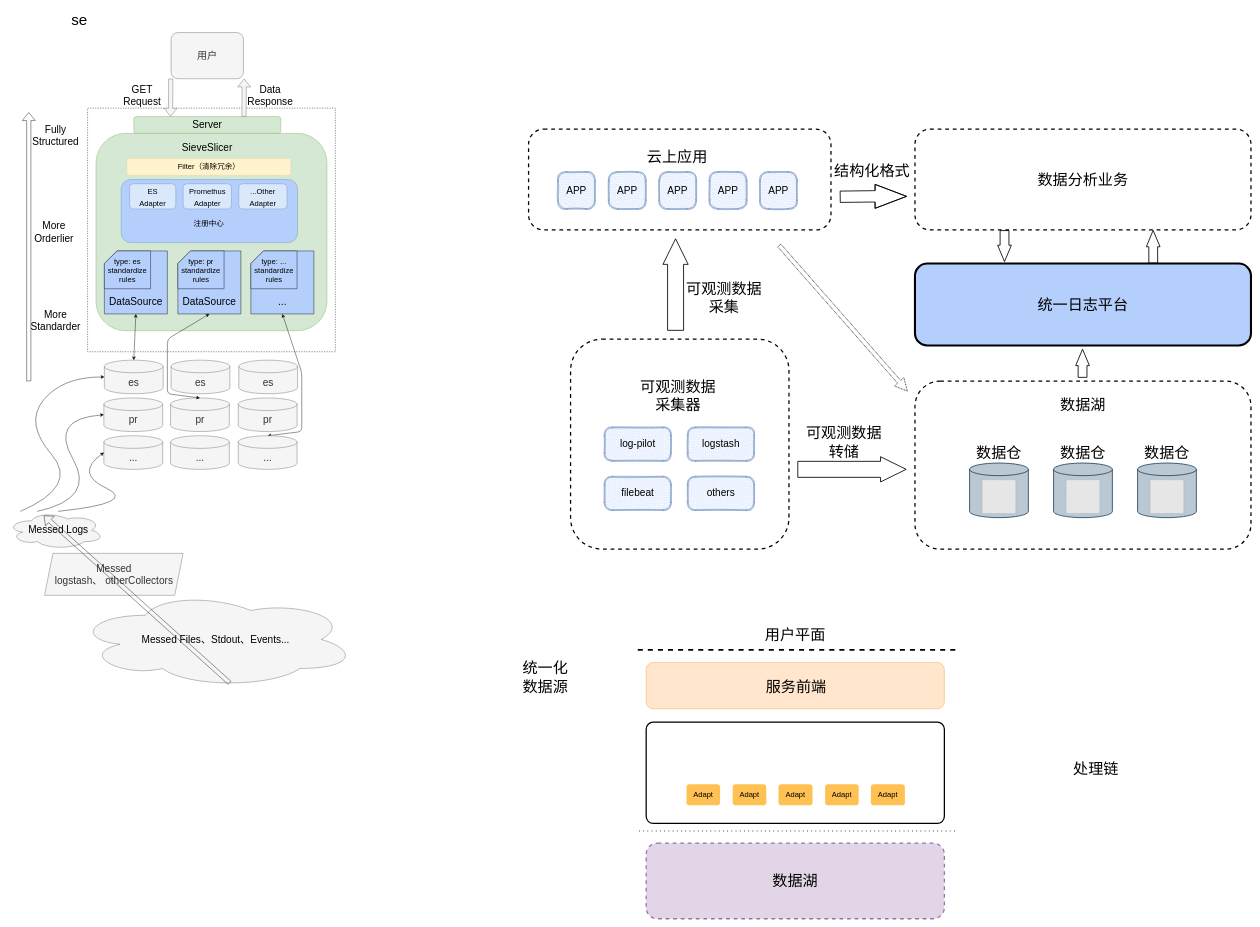
Above: 统一数据源-架构设计-全局、平台.drawio in SevDaisy/draw-io-lib (draw.io), before the change. Source tidied: cells renumbered, new cells numbered last; positions are measured from the earlier drawing's top-left corner, leaving out a move shared by most shapes. Both pictures are drawn from the tidied source at 42%, with x=0, y=0 at pixel (7, 7). Pictures stored in the file or linked from it are replaced by grey dashed boxes.
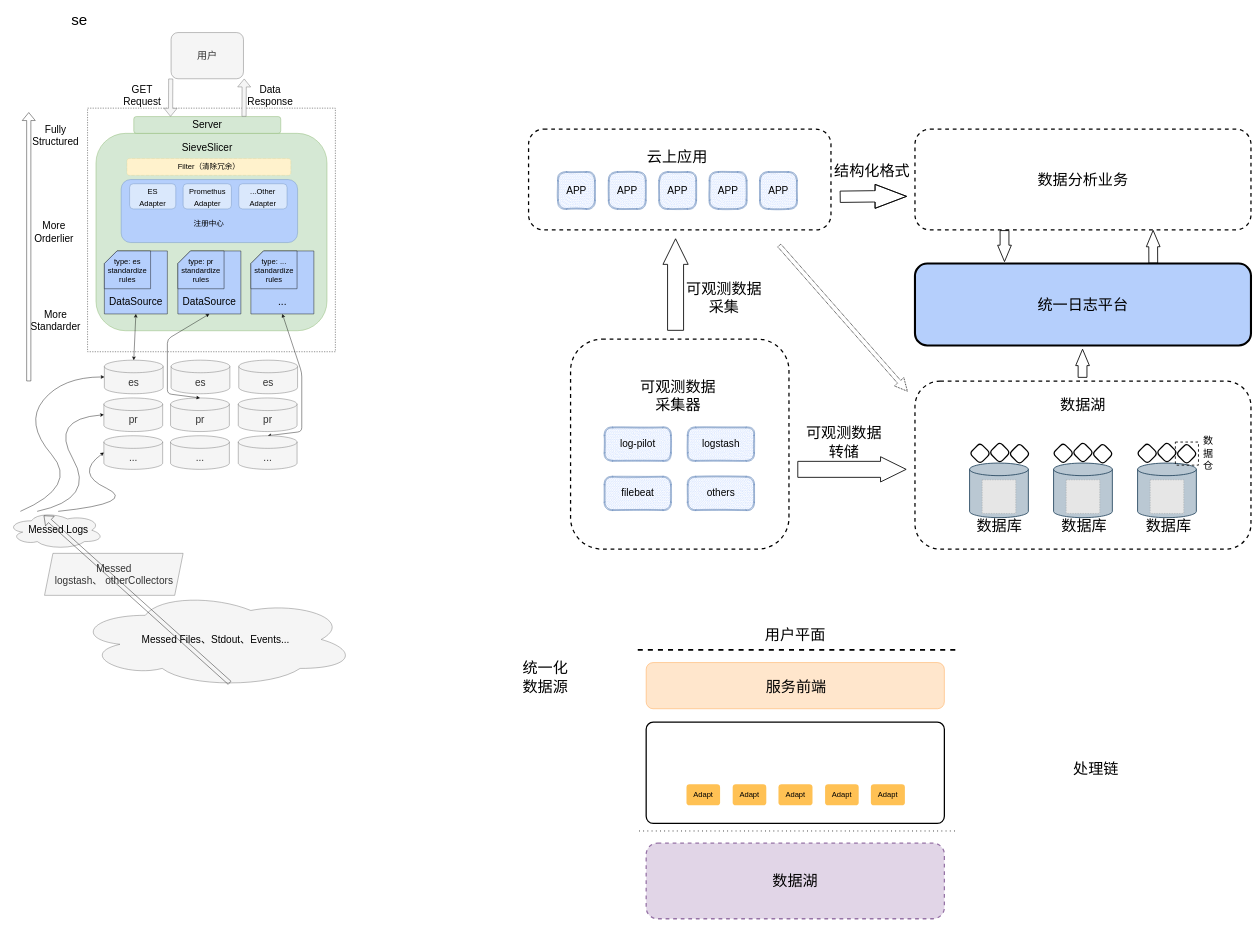
After the change.

Commit message:
更新统一数据源-架构设计-全局、平台.drawio

The change refers to these unchanged cells:
```xml
<mxCell id="78" style="group;" parent="1" vertex="1">
  <mxGeometry x="2161" y="890" width="800" height="400" as="geometry" />
</mxCell>
```

What changed in the source:
```diff
@@
-    <mxCell id="81" style="group;" parent="78" vertex="1">
-      <mxGeometry x="120" y="160" width="160" height="165" as="geometry" />
-    </mxCell>
-    <mxCell id="82" value="数据仓" style="text;html=1;strokeColor=none;fillColor=none;align=center;verticalAlign=middle;whiteSpace=wrap;rounded=0;dashed=1;strokeWidth=3;fontFamily=Helvetica;fontSize=36;fontColor=default;" parent="81" vertex="1">
-      <mxGeometry width="160" height="20" as="geometry" />
+    <mxCell id="82" value="数据库" style="text;html=1;strokeColor=none;fillColor=none;align=center;verticalAlign=middle;whiteSpace=wrap;rounded=0;dashed=1;strokeWidth=3;fontFamily=Helvetica;fontSize=36;fontColor=default;" parent="78" vertex="1">
+      <mxGeometry x="121" y="335" width="160" height="20" as="geometry" />
     </mxCell>
-    <mxCell id="83" style="shape=cylinder3;whiteSpace=wrap;html=1;boundedLbl=1;backgroundOutline=1;size=15;rounded=1;strokeColor=#23445d;strokeWidth=2;fontFamily=Helvetica;fontSize=36;fillColor=#bac8d3;" parent="81" vertex="1">
-      <mxGeometry x="10" y="35" width="140" height="130" as="geometry" />
+    <mxCell id="83" style="shape=cylinder3;whiteSpace=wrap;html=1;boundedLbl=1;backgroundOutline=1;size=15;rounded=1;strokeColor=#23445d;strokeWidth=2;fontFamily=Helvetica;fontSize=36;fillColor=#bac8d3;" parent="78" vertex="1">
+      <mxGeometry x="130" y="195" width="140" height="130" as="geometry" />
     </mxCell>
-    <mxCell id="84" style="fillColor=#E6E6E6;strokeColor=#999999;dashed=1;verticalLabelPosition=bottom;labelBackgroundColor=default;verticalAlign=top;" parent="81" vertex="1">
-      <mxGeometry x="40" y="75" width="80" height="80" as="geometry" />
+    <mxCell id="84" style="fillColor=#E6E6E6;strokeColor=#999999;dashed=1;verticalLabelPosition=bottom;labelBackgroundColor=default;verticalAlign=top;" parent="78" vertex="1">
+      <mxGeometry x="160" y="235" width="80" height="80" as="geometry" />
     </mxCell>
-    <mxCell id="85" style="group;" parent="78" vertex="1">
-      <mxGeometry x="520" y="160" width="160" height="165" as="geometry" />
-    </mxCell>
-    <mxCell id="86" value="数据仓" style="text;html=1;strokeColor=none;fillColor=none;align=center;verticalAlign=middle;whiteSpace=wrap;rounded=0;dashed=1;strokeWidth=3;fontFamily=Helvetica;fontSize=36;fontColor=default;" parent="85" vertex="1">
-      <mxGeometry width="160" height="20" as="geometry" />
-    </mxCell>
+    <mxCell id="91" style="shape=cylinder3;whiteSpace=wrap;html=1;boundedLbl=1;backgroundOutline=1;size=15;rounded=1;strokeColor=#23445d;strokeWidth=2;fontFamily=Helvetica;fontSize=36;fillColor=#bac8d3;" parent="78" vertex="1">
+      <mxGeometry x="330" y="195" width="140" height="130" as="geometry" />
+    </mxCell>
+    <mxCell id="92" style="fillColor=#E6E6E6;strokeColor=#999999;dashed=1;verticalLabelPosition=bottom;labelBackgroundColor=default;verticalAlign=top;" parent="78" vertex="1">
+      <mxGeometry x="360" y="235" width="80" height="80" as="geometry" />
+    </mxCell>
-    <mxCell id="87" style="shape=cylinder3;whiteSpace=wrap;html=1;boundedLbl=1;backgroundOutline=1;size=15;rounded=1;strokeColor=#23445d;strokeWidth=2;fontFamily=Helvetica;fontSize=36;fillColor=#bac8d3;" parent="85" vertex="1">
-      <mxGeometry x="10" y="35" width="140" height="130" as="geometry" />
+    <mxCell id="87" style="shape=cylinder3;whiteSpace=wrap;html=1;boundedLbl=1;backgroundOutline=1;size=15;rounded=1;strokeColor=#23445d;strokeWidth=2;fontFamily=Helvetica;fontSize=36;fillColor=#bac8d3;" parent="78" vertex="1">
+      <mxGeometry x="530" y="195" width="140" height="130" as="geometry" />
     </mxCell>
-    <mxCell id="88" style="fillColor=#E6E6E6;strokeColor=#999999;dashed=1;verticalLabelPosition=bottom;labelBackgroundColor=default;verticalAlign=top;" parent="85" vertex="1">
-      <mxGeometry x="40" y="75" width="80" height="80" as="geometry" />
+    <mxCell id="88" style="fillColor=#E6E6E6;strokeColor=#999999;dashed=1;verticalLabelPosition=bottom;labelBackgroundColor=default;verticalAlign=top;" parent="78" vertex="1">
+      <mxGeometry x="560" y="235" width="80" height="80" as="geometry" />
     </mxCell>
-    <mxCell id="89" style="group;" parent="78" vertex="1">
-      <mxGeometry x="320" y="160" width="160" height="165" as="geometry" />
-    </mxCell>
-    <mxCell id="90" value="数据仓" style="text;html=1;strokeColor=none;fillColor=none;align=center;verticalAlign=middle;whiteSpace=wrap;rounded=0;dashed=1;strokeWidth=3;fontFamily=Helvetica;fontSize=36;fontColor=default;" parent="89" vertex="1">
-      <mxGeometry width="160" height="20" as="geometry" />
-    </mxCell>
-    <mxCell id="91" style="shape=cylinder3;whiteSpace=wrap;html=1;boundedLbl=1;backgroundOutline=1;size=15;rounded=1;strokeColor=#23445d;strokeWidth=2;fontFamily=Helvetica;fontSize=36;fillColor=#bac8d3;" parent="89" vertex="1">
-      <mxGeometry x="10" y="35" width="140" height="130" as="geometry" />
-    </mxCell>
-    <mxCell id="92" style="fillColor=#E6E6E6;strokeColor=#999999;dashed=1;verticalLabelPosition=bottom;labelBackgroundColor=default;verticalAlign=top;" parent="89" vertex="1">
-      <mxGeometry x="40" y="75" width="80" height="80" as="geometry" />
-    </mxCell>
+    <mxCell id="122" style="rhombus;whiteSpace=wrap;html=1;rounded=1;strokeColor=#000000;strokeWidth=3;fillColor=none;" parent="78" vertex="1">
+      <mxGeometry x="130" y="147" width="50" height="50" as="geometry" />
+    </mxCell>
+    <mxCell id="123" style="rounded=0;whiteSpace=wrap;html=1;strokeColor=#000000;strokeWidth=2;fillColor=none;dashed=1;" parent="78" vertex="1">
+      <mxGeometry x="620" y="145" width="55" height="55" as="geometry" />
+    </mxCell>
+    <mxCell id="124" value="&lt;font style=&quot;font-size: 24px;&quot;&gt;数&lt;br&gt;据&lt;br&gt;仓&lt;/font&gt;" style="text;html=1;strokeColor=none;fillColor=none;align=center;verticalAlign=middle;whiteSpace=wrap;rounded=0;dashed=1;strokeWidth=2;" parent="78" vertex="1">
+      <mxGeometry x="662" y="140" width="73" height="64" as="geometry" />
+    </mxCell>
@@
+    <mxCell id="125" value="数据库" style="text;html=1;strokeColor=none;fillColor=none;align=center;verticalAlign=middle;whiteSpace=wrap;rounded=0;dashed=1;strokeWidth=3;fontFamily=Helvetica;fontSize=36;fontColor=default;" parent="1" vertex="1">
+      <mxGeometry x="2484" y="1225" width="160" height="20" as="geometry" />
+    </mxCell>
+    <mxCell id="126" value="数据库" style="text;html=1;strokeColor=none;fillColor=none;align=center;verticalAlign=middle;whiteSpace=wrap;rounded=0;dashed=1;strokeWidth=3;fontFamily=Helvetica;fontSize=36;fontColor=default;" parent="1" vertex="1">
+      <mxGeometry x="2685" y="1225" width="160" height="20" as="geometry" />
+    </mxCell>
+    <mxCell id="127" style="rhombus;whiteSpace=wrap;html=1;rounded=1;strokeColor=#000000;strokeWidth=3;fillColor=none;" parent="1" vertex="1">
+      <mxGeometry x="2338" y="1035" width="50" height="50" as="geometry" />
+    </mxCell>
+    <mxCell id="128" style="rhombus;whiteSpace=wrap;html=1;rounded=1;strokeColor=#000000;strokeWidth=3;fillColor=none;" parent="1" vertex="1">
+      <mxGeometry x="2385" y="1038" width="50" height="50" as="geometry" />
+    </mxCell>
+    <mxCell id="129" style="rhombus;whiteSpace=wrap;html=1;rounded=1;strokeColor=#000000;strokeWidth=3;fillColor=none;" parent="1" vertex="1">
+      <mxGeometry x="2489" y="1037" width="50" height="50" as="geometry" />
+    </mxCell>
+    <mxCell id="130" style="rhombus;whiteSpace=wrap;html=1;rounded=1;strokeColor=#000000;strokeWidth=3;fillColor=none;" parent="1" vertex="1">
+      <mxGeometry x="2536" y="1035" width="50" height="50" as="geometry" />
+    </mxCell>
+    <mxCell id="131" style="rhombus;whiteSpace=wrap;html=1;rounded=1;strokeColor=#000000;strokeWidth=3;fillColor=none;" parent="1" vertex="1">
+      <mxGeometry x="2583" y="1038" width="50" height="50" as="geometry" />
+    </mxCell>
+    <mxCell id="132" style="rhombus;whiteSpace=wrap;html=1;rounded=1;strokeColor=#000000;strokeWidth=3;fillColor=none;" parent="1" vertex="1">
+      <mxGeometry x="2689" y="1037" width="50" height="50" as="geometry" />
+    </mxCell>
+    <mxCell id="133" style="rhombus;whiteSpace=wrap;html=1;rounded=1;strokeColor=#000000;strokeWidth=3;fillColor=none;" parent="1" vertex="1">
+      <mxGeometry x="2736" y="1035" width="50" height="50" as="geometry" />
+    </mxCell>
+    <mxCell id="134" style="rhombus;whiteSpace=wrap;html=1;rounded=1;strokeColor=#000000;strokeWidth=3;fillColor=none;" parent="1" vertex="1">
+      <mxGeometry x="2783" y="1038" width="50" height="50" as="geometry" />
+    </mxCell>
```
